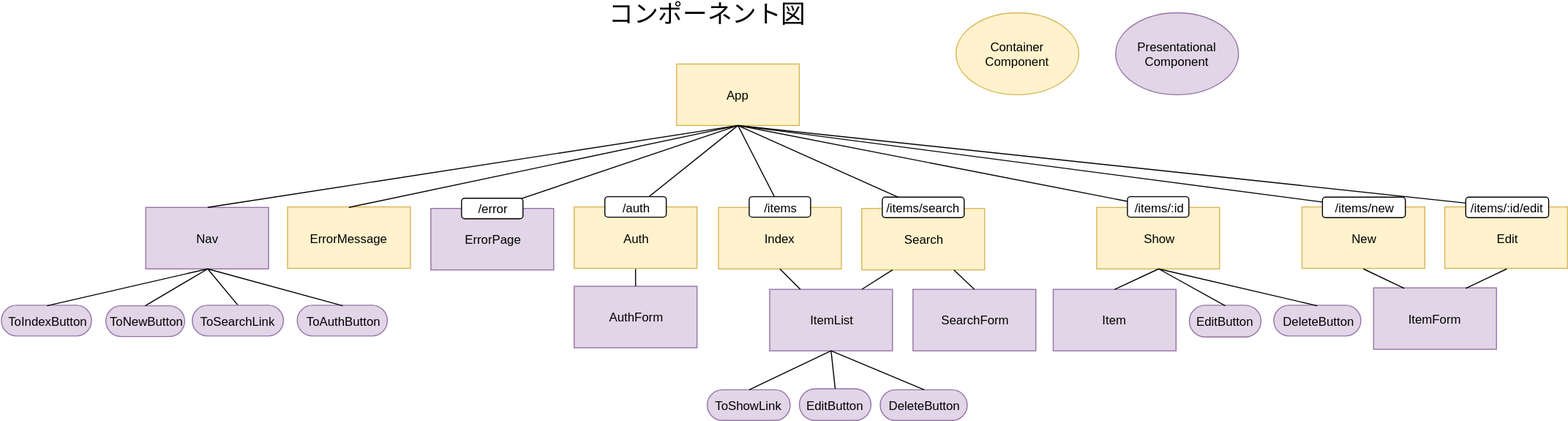
emgniddikur/react-app keeps this draw.io diagram as diagram/component.svg. Above is the earlier version. Source tidied: cells renumbered, new cells last; positions are measured from the earlier drawing's top-left corner, leaving out a move shared by most shapes.
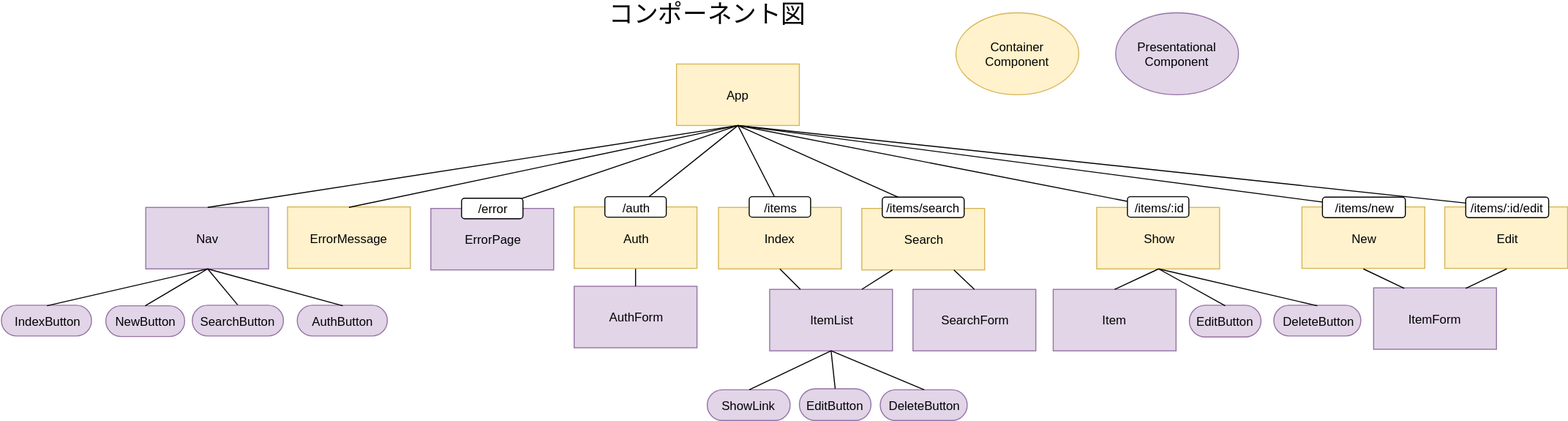
After the commit.

Commit message:
[Fix] コンポーネント図の導線をButtonに統一

Change to the diagram source:
```diff
@@ -14,7 +14,7 @@
     <mxCell id="5" value="Nav" style="rounded=0;whiteSpace=wrap;html=1;fillColor=#e1d5e7;strokeColor=#9673a6;" parent="1" vertex="1">
       <mxGeometry x="141.5" y="190" width="120" height="60" as="geometry" />
     </mxCell>
-    <mxCell id="6" value="ToNewButton" style="rounded=1;whiteSpace=wrap;html=1;arcSize=50;fillColor=#e1d5e7;strokeColor=#9673a6;" parent="1" vertex="1">
+    <mxCell id="6" value="NewButton" style="rounded=1;whiteSpace=wrap;html=1;arcSize=50;fillColor=#e1d5e7;strokeColor=#9673a6;" parent="1" vertex="1">
       <mxGeometry x="102.5" y="286" width="77" height="30" as="geometry" />
     </mxCell>
     <mxCell id="7" value="EditButton&lt;br&gt;" style="rounded=1;whiteSpace=wrap;html=1;arcSize=50;fillColor=#e1d5e7;strokeColor=#9673a6;" parent="1" vertex="1">
@@ -38,13 +38,13 @@
     <mxCell id="13" value="ErrorMessage" style="rounded=0;whiteSpace=wrap;html=1;fillColor=#fff2cc;strokeColor=#d6b656;" parent="1" vertex="1">
       <mxGeometry x="280" y="189.5" width="120" height="60" as="geometry" />
     </mxCell>
-    <mxCell id="14" value="ToIndexButton" style="rounded=1;whiteSpace=wrap;html=1;arcSize=50;fillColor=#e1d5e7;strokeColor=#9673a6;" parent="1" vertex="1">
+    <mxCell id="14" value="IndexButton" style="rounded=1;whiteSpace=wrap;html=1;arcSize=50;fillColor=#e1d5e7;strokeColor=#9673a6;" parent="1" vertex="1">
       <mxGeometry x="0.5" y="285.5" width="88" height="30" as="geometry" />
     </mxCell>
     <mxCell id="15" style="endArrow=none;html=1;entryX=0.5;entryY=1;entryDx=0;entryDy=0;exitX=0.5;exitY=0;exitDx=0;exitDy=0;" parent="1" edge="1" source="14" target="5">
       <mxGeometry relative="1" as="geometry" />
     </mxCell>
-    <mxCell id="16" value="ToSearchLink" style="rounded=1;whiteSpace=wrap;html=1;arcSize=50;fillColor=#e1d5e7;strokeColor=#9673a6;" parent="1" vertex="1">
+    <mxCell id="16" value="SearchButton" style="rounded=1;whiteSpace=wrap;html=1;arcSize=50;fillColor=#e1d5e7;strokeColor=#9673a6;" parent="1" vertex="1">
       <mxGeometry x="187" y="285.5" width="89" height="30" as="geometry" />
     </mxCell>
     <mxCell id="17" value="New&lt;br&gt;" style="rounded=0;whiteSpace=wrap;html=1;fillColor=#fff2cc;strokeColor=#d6b656;" parent="1" vertex="1">
@@ -62,7 +62,7 @@
     <mxCell id="21" value="Item" style="rounded=0;whiteSpace=wrap;html=1;fillColor=#e1d5e7;strokeColor=#9673a6;" parent="1" vertex="1">
       <mxGeometry x="1028" y="270" width="120" height="60" as="geometry" />
     </mxCell>
-    <mxCell id="22" value="ToShowLink" style="rounded=1;whiteSpace=wrap;html=1;arcSize=50;fillColor=#e1d5e7;strokeColor=#9673a6;" parent="1" vertex="1">
+    <mxCell id="22" value="ShowLink" style="rounded=1;whiteSpace=wrap;html=1;arcSize=50;fillColor=#e1d5e7;strokeColor=#9673a6;" parent="1" vertex="1">
       <mxGeometry x="690" y="368" width="81" height="30" as="geometry" />
     </mxCell>
     <mxCell id="23" value="SearchForm" style="rounded=0;whiteSpace=wrap;html=1;fillColor=#e1d5e7;strokeColor=#9673a6;" parent="1" vertex="1">
@@ -146,7 +146,7 @@
     <mxCell id="49" value="/items/:id/edit" style="rounded=1;whiteSpace=wrap;html=1;" parent="1" vertex="1">
       <mxGeometry x="1431" y="180" width="81" height="20" as="geometry" />
     </mxCell>
-    <mxCell id="50" value="ToAuthButton" style="rounded=1;whiteSpace=wrap;html=1;arcSize=50;fillColor=#e1d5e7;strokeColor=#9673a6;" parent="1" vertex="1">
+    <mxCell id="50" value="AuthButton" style="rounded=1;whiteSpace=wrap;html=1;arcSize=50;fillColor=#e1d5e7;strokeColor=#9673a6;" parent="1" vertex="1">
       <mxGeometry x="289.5" y="285.5" width="88" height="30" as="geometry" />
     </mxCell>
     <mxCell id="51" style="endArrow=none;html=1;exitX=0.5;exitY=0;exitDx=0;exitDy=0;entryX=0.5;entryY=1;entryDx=0;entryDy=0;" parent="1" edge="1" source="50" target="5">
```
